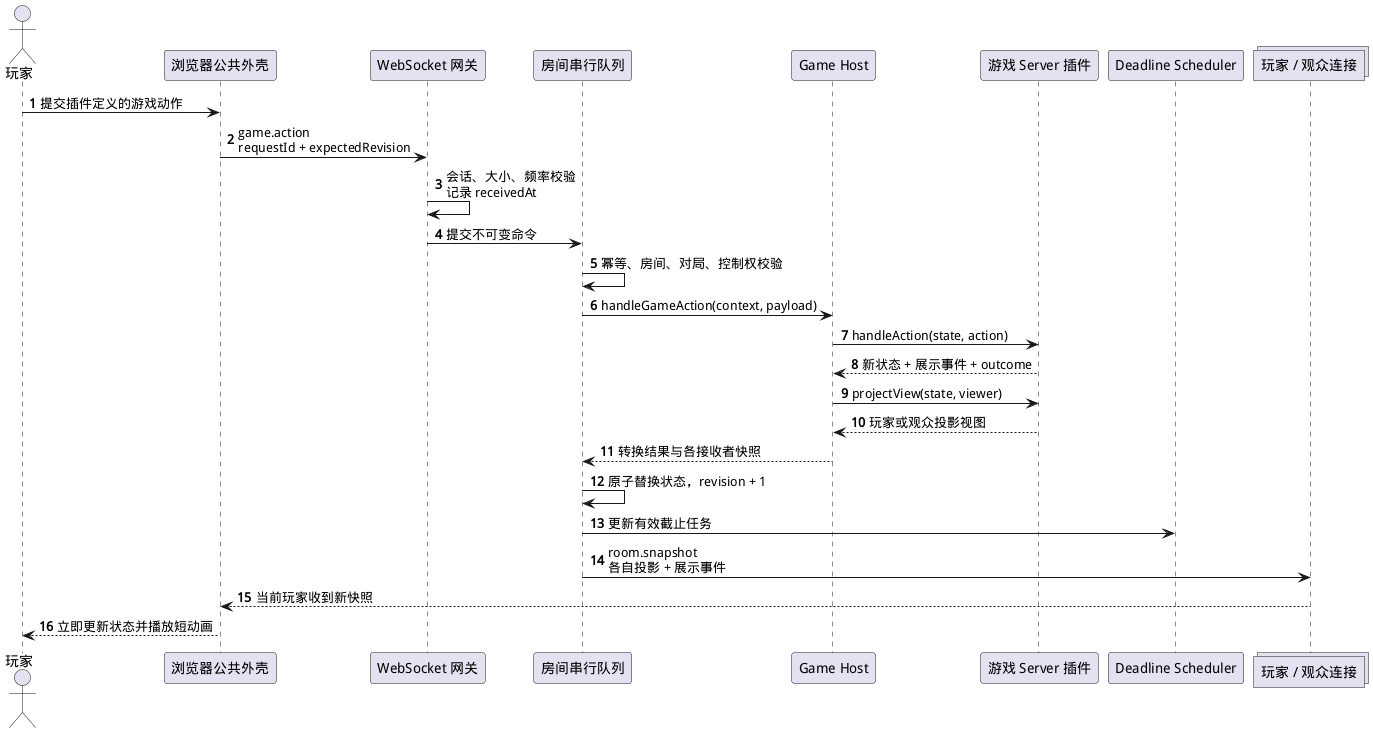
Earlier version of the PlantUML export docs/images/architecture-fig02.png (huzife/tabletop). The source it was exported from:
```plantuml
@startuml
skinparam defaultFontName "WenQuanYi Micro Hei"
skinparam backgroundColor white
skinparam shadowing false
autonumber

actor 玩家
participant "浏览器公共外壳" as Web
participant "WebSocket 网关" as Gateway
participant "房间串行队列" as Queue
participant "Game Host" as Host
participant "游戏 Server 插件" as Plugin
participant "Deadline Scheduler" as Scheduler
collections "玩家 / 观众连接" as Peers

玩家 -> Web : 提交插件定义的游戏动作
Web -> Gateway : game.action\nrequestId + expectedRevision
Gateway -> Gateway : 会话、大小、频率校验\n记录 receivedAt
Gateway -> Queue : 提交不可变命令
Queue -> Queue : 幂等、房间、对局、控制权校验
Queue -> Host : handleGameAction(context, payload)
Host -> Plugin : handleAction(state, action)
Plugin --> Host : 新状态 + 展示事件 + outcome
Host -> Plugin : projectView(state, viewer)
Plugin --> Host : 玩家或观众投影视图
Host --> Queue : 转换结果与各接收者快照
Queue -> Queue : 原子替换状态，revision + 1
Queue -> Scheduler : 更新有效截止任务
Queue -> Peers : room.snapshot\n各自投影 + 展示事件
Peers --> Web : 当前玩家收到新快照
Web --> 玩家 : 立即更新状态并播放短动画
@enduml
```
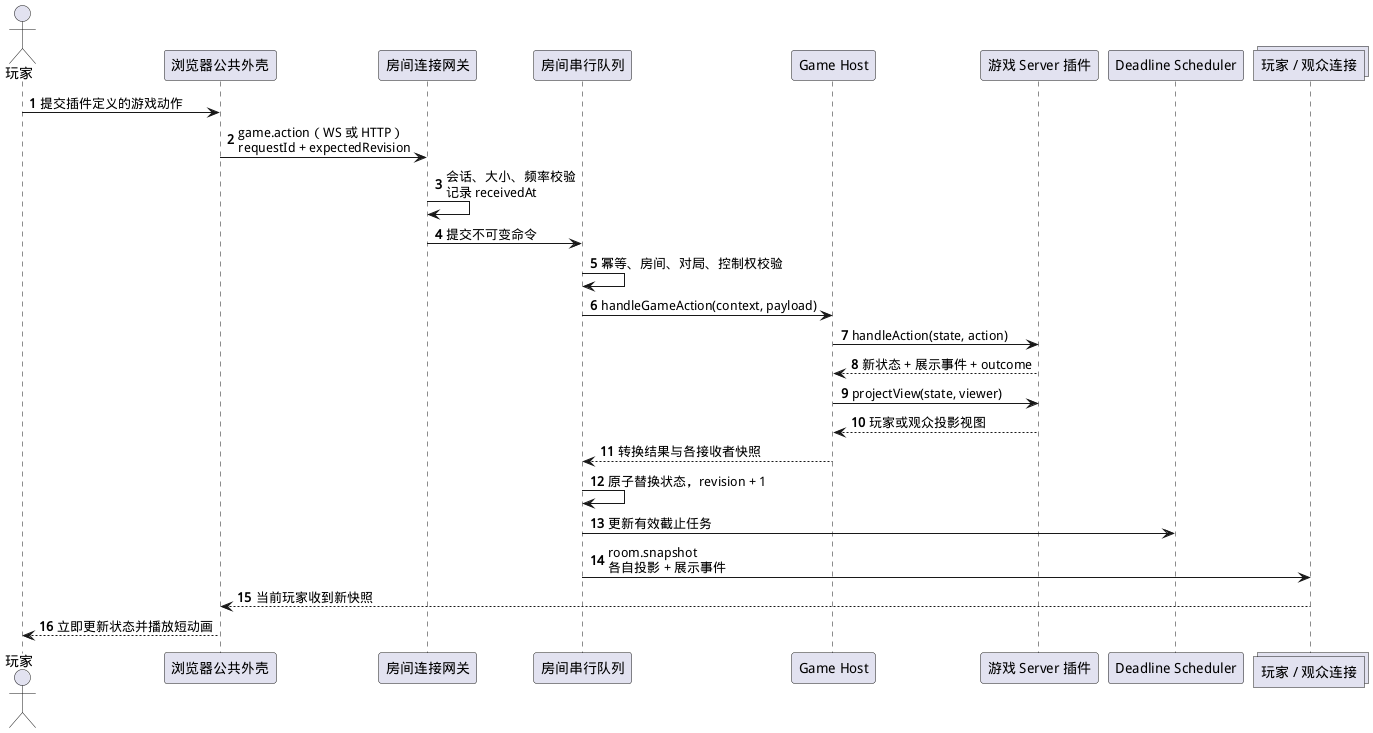
Later version of the same file.

The edit, as a diff of the source:
```diff
@@ -6,7 +6,7 @@
 
 actor 玩家
 participant "浏览器公共外壳" as Web
-participant "WebSocket 网关" as Gateway
+participant "房间连接网关" as Gateway
 participant "房间串行队列" as Queue
 participant "Game Host" as Host
 participant "游戏 Server 插件" as Plugin
@@ -14,7 +14,7 @@
 collections "玩家 / 观众连接" as Peers
 
 玩家 -> Web : 提交插件定义的游戏动作
-Web -> Gateway : game.action\nrequestId + expectedRevision
+Web -> Gateway : game.action（WS 或 HTTP）\nrequestId + expectedRevision
 Gateway -> Gateway : 会话、大小、频率校验\n记录 receivedAt
 Gateway -> Queue : 提交不可变命令
 Queue -> Queue : 幂等、房间、对局、控制权校验
```
